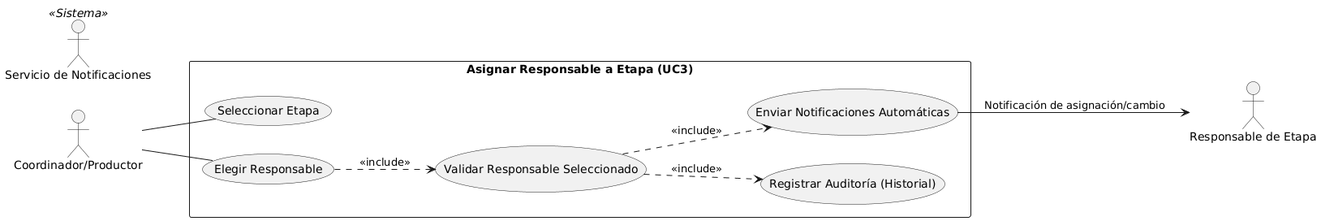
Above: diagramas/02-casos-de-uso/02-caso-uso-asignar-responsable-etapa-03.png in GonzaloBarbano/SistemaProductoraVideos (PlantUML), before the change. Its diagram source:
```plantuml
@startuml
left to right direction

actor "Coordinador/Productor" as Prod
actor "Responsable de Etapa" as Resp
actor "Servicio de Notificaciones" as Notif <<Sistema>>

rectangle "Asignar Responsable a Etapa (UC3)" {
    usecase "Seleccionar Etapa" as SeleccionarEtapa
    usecase "Elegir Responsable" as ElegirResp
    usecase "Validar Responsable Seleccionado" as ValidaResp
    usecase "Registrar Auditoría (Historial)" as RegAudit
    usecase "Enviar Notificaciones Automáticas" as UC5
}

Prod -- SeleccionarEtapa
Prod -- ElegirResp

ElegirResp ..> ValidaResp : <<include>>
ValidaResp ..> RegAudit : <<include>>
ValidaResp ..> UC5 : <<include>>

UC5 --> Resp : Notificación de asignación/cambio
@enduml
```
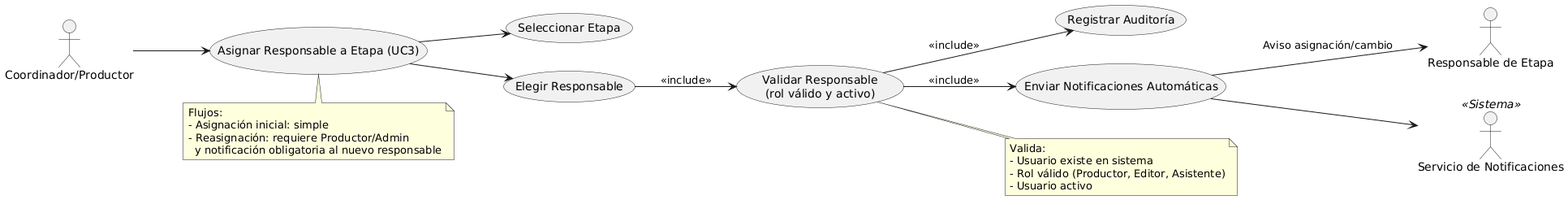
Later version of the same file.

What changed in the source:
```diff
@@ -5,20 +5,35 @@
 actor "Responsable de Etapa" as Resp
 actor "Servicio de Notificaciones" as Notif <<Sistema>>
 
-rectangle "Asignar Responsable a Etapa (UC3)" {
-    usecase "Seleccionar Etapa" as SeleccionarEtapa
-    usecase "Elegir Responsable" as ElegirResp
-    usecase "Validar Responsable Seleccionado" as ValidaResp
-    usecase "Registrar Auditoría (Historial)" as RegAudit
-    usecase "Enviar Notificaciones Automáticas" as UC5
-}
+usecase "Asignar Responsable a Etapa (UC3)" as UC3
+usecase "Seleccionar Etapa" as SeleccionarEtapa
+usecase "Elegir Responsable" as ElegirResp
+usecase "Validar Responsable\n(rol válido y activo)" as ValidaResp
+usecase "Registrar Auditoría" as Audit
+usecase "Enviar Notificaciones Automáticas" as UC5
 
-Prod -- SeleccionarEtapa
-Prod -- ElegirResp
+Prod --> UC3
+UC3 --> SeleccionarEtapa
+UC3 --> ElegirResp
 
-ElegirResp ..> ValidaResp : <<include>>
-ValidaResp ..> RegAudit : <<include>>
-ValidaResp ..> UC5 : <<include>>
+ElegirResp --> ValidaResp : <<include>>
+ValidaResp --> Audit : <<include>>
+ValidaResp --> UC5 : <<include>>
 
-UC5 --> Resp : Notificación de asignación/cambio
+UC5 --> Resp : Aviso asignación/cambio
+UC5 --> Notif
+
+note right of ValidaResp
+  Valida:
+  - Usuario existe en sistema
+  - Rol válido (Productor, Editor, Asistente)
+  - Usuario activo
+end note
+
+note bottom of UC3
+  Flujos:
+  - Asignación inicial: simple
+  - Reasignación: requiere Productor/Admin
+    y notificación obligatoria al nuevo responsable
+end note
 @enduml
```
